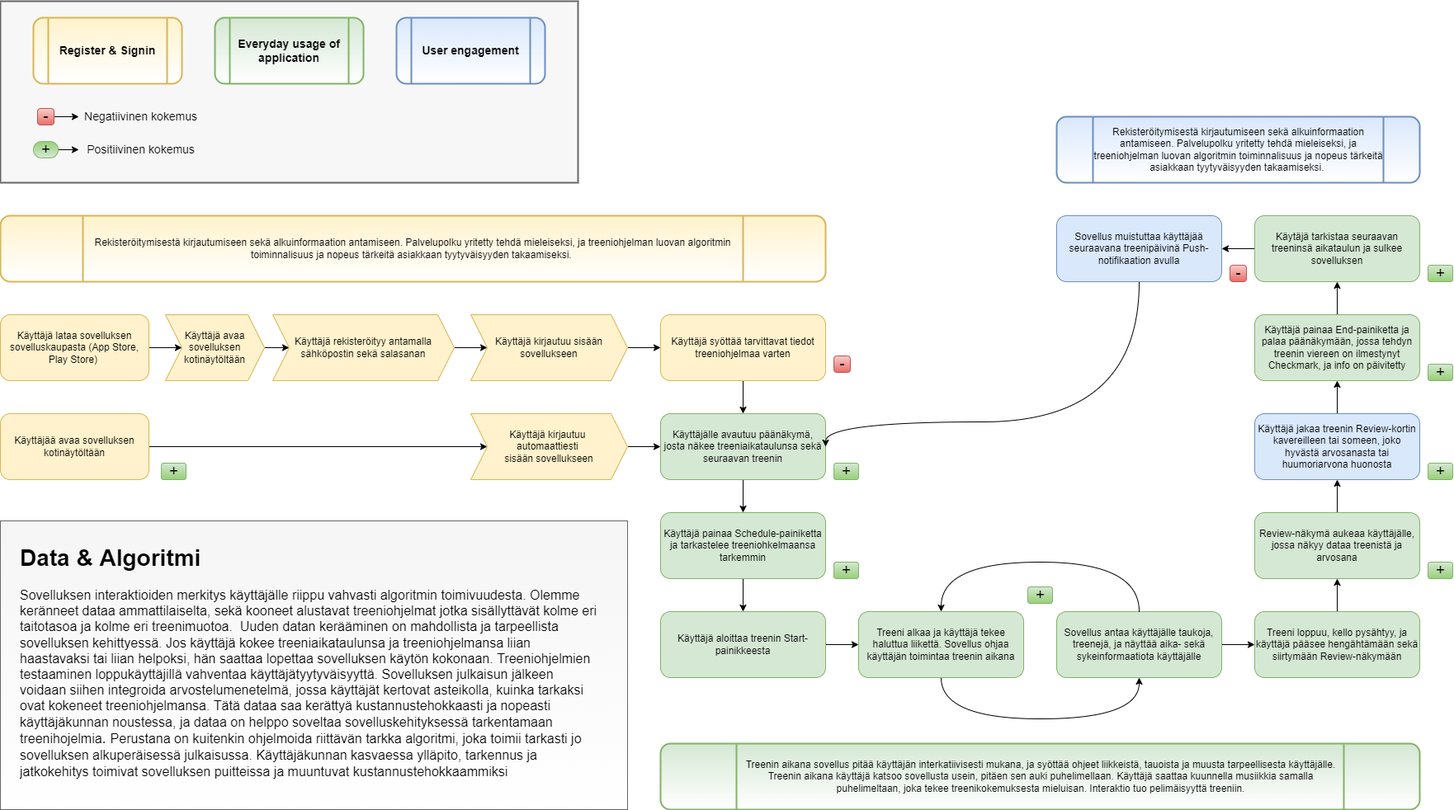
Earlier version of the draw.io export images/liikupalvelupolku.png (AvGoose/portfolio). Source tidied: cells renumbered, new cells last; positions are measured from the earlier drawing's top-left corner, leaving out a move shared by most shapes.
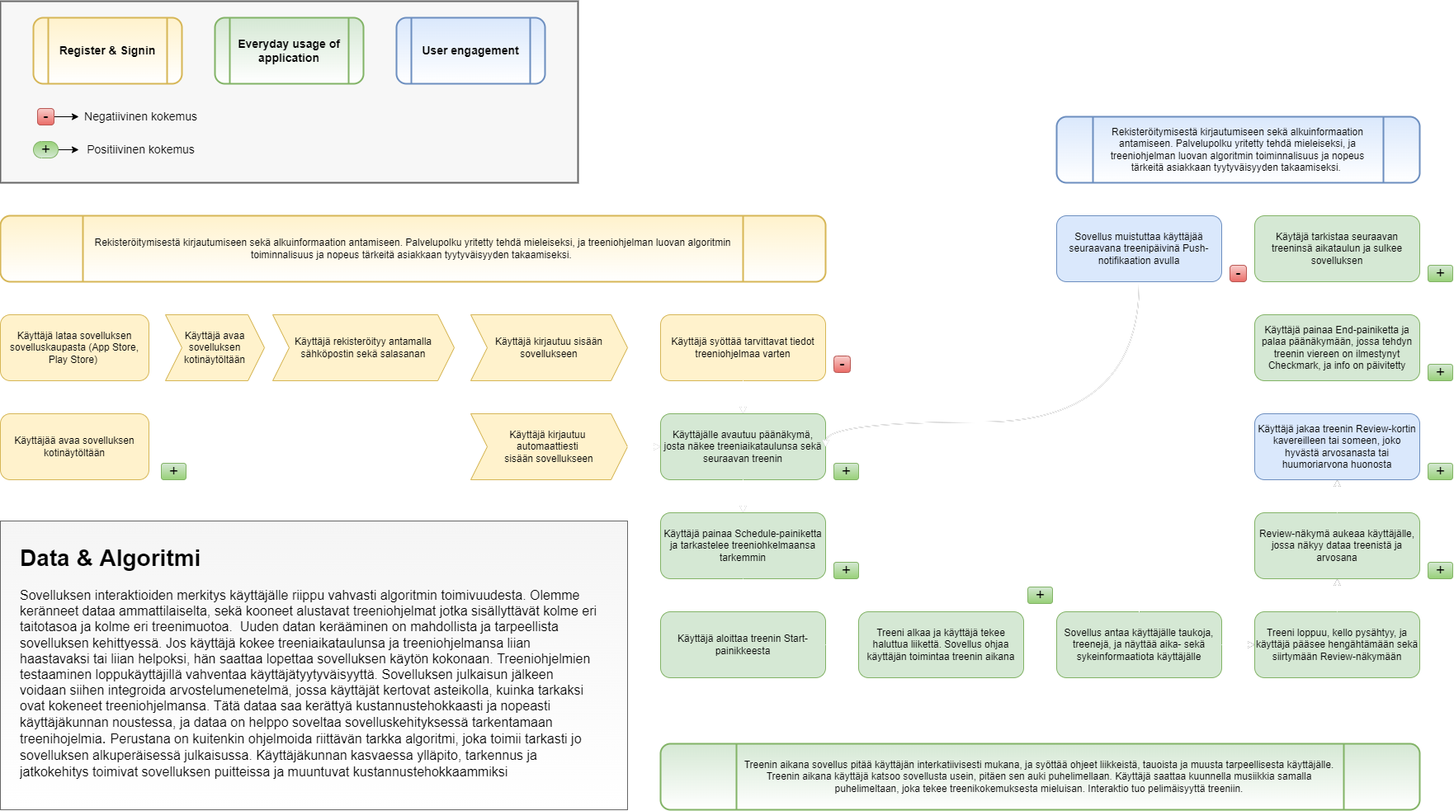
After the commit.

Change to the diagram source:
```diff
@@ -5,19 +5,19 @@
     <mxCell id="2" style="whiteSpace=wrap;html=1;rounded=0;fontSize=14;strokeWidth=2;fillColor=#F7F7F7;align=center;strokeColor=#666666;fontColor=#333333;" parent="1" vertex="1">
       <mxGeometry width="700" height="220" as="geometry" />
     </mxCell>
-    <mxCell id="3" style="edgeStyle=orthogonalEdgeStyle;rounded=0;jettySize=auto;html=1;" parent="1" edge="1" source="4" target="6">
+    <mxCell id="3" style="edgeStyle=orthogonalEdgeStyle;rounded=0;jettySize=auto;html=1;strokeColor=#FFFFFF;" parent="1" edge="1" source="4" target="6">
       <mxGeometry relative="1" as="geometry" />
     </mxCell>
     <mxCell id="4" value="Käyttäjä lataa sovelluksen sovelluskaupasta (App Store, Play Store)&amp;nbsp;" style="rounded=1;whiteSpace=wrap;html=1;fillColor=#fff2cc;strokeColor=#d6b656;" parent="1" vertex="1">
       <mxGeometry y="380" width="180" height="80" as="geometry" />
     </mxCell>
-    <mxCell id="5" style="edgeStyle=orthogonalEdgeStyle;rounded=0;jettySize=auto;html=1;" parent="1" edge="1" source="6" target="8">
+    <mxCell id="5" style="edgeStyle=orthogonalEdgeStyle;rounded=0;jettySize=auto;html=1;strokeColor=#FFFFFF;" parent="1" edge="1" source="6" target="8">
       <mxGeometry relative="1" as="geometry" />
     </mxCell>
     <mxCell id="6" value="Käyttäjä avaa sovelluksen kotinäytöltään" style="shape=step;perimeter=stepPerimeter;whiteSpace=wrap;html=1;fixedSize=1;rounded=0;fillColor=#fff2cc;strokeColor=#d6b656;" parent="1" vertex="1">
       <mxGeometry x="200" y="380" width="120" height="80" as="geometry" />
     </mxCell>
-    <mxCell id="7" style="edgeStyle=orthogonalEdgeStyle;rounded=0;jettySize=auto;html=1;" parent="1" edge="1" source="8" target="20">
+    <mxCell id="7" style="edgeStyle=orthogonalEdgeStyle;rounded=0;jettySize=auto;html=1;strokeColor=#FFFFFF;" parent="1" edge="1" source="8" target="20">
       <mxGeometry relative="1" as="geometry" />
     </mxCell>
     <mxCell id="8" value="Käyttäjä rekisteröityy antamalla sähköpostin sekä salasanan" style="shape=step;perimeter=stepPerimeter;whiteSpace=wrap;html=1;fixedSize=1;fillColor=#fff2cc;strokeColor=#d6b656;" parent="1" vertex="1">
@@ -29,7 +29,7 @@
     <mxCell id="10" value="Käyttäjä syöttää tarvittavat tiedot treeniohjelmaa varten" style="rounded=1;whiteSpace=wrap;html=1;fillColor=#fff2cc;strokeColor=#d6b656;" parent="1" vertex="1">
       <mxGeometry x="800" y="380" width="200" height="80" as="geometry" />
     </mxCell>
-    <mxCell id="11" style="edgeStyle=orthogonalEdgeStyle;rounded=0;jettySize=auto;html=1;" parent="1" edge="1" source="12" target="23">
+    <mxCell id="11" style="edgeStyle=orthogonalEdgeStyle;rounded=0;jettySize=auto;html=1;strokeColor=#FFFFFF;" parent="1" edge="1" source="12" target="23">
       <mxGeometry relative="1" as="geometry" />
     </mxCell>
     <mxCell id="12" value="Käyttäjää avaa sovelluksen kotinäytöltään" style="rounded=1;whiteSpace=wrap;html=1;fillColor=#fff2cc;strokeColor=#d6b656;" parent="1" vertex="1">
@@ -41,19 +41,19 @@
     <mxCell id="14" value="Käyttäjälle avautuu päänäkymä, josta näkee treeniaikataulunsa sekä seuraavan treenin" style="rounded=1;whiteSpace=wrap;html=1;fillColor=#d5e8d4;strokeColor=#82b366;" parent="1" vertex="1">
       <mxGeometry x="800" y="500" width="200" height="80" as="geometry" />
     </mxCell>
-    <mxCell id="15" style="edgeStyle=orthogonalEdgeStyle;rounded=0;jettySize=auto;html=1;" parent="1" edge="1" source="16" target="18">
+    <mxCell id="15" style="edgeStyle=orthogonalEdgeStyle;rounded=0;jettySize=auto;html=1;strokeColor=#FFFFFF;" parent="1" edge="1" source="16" target="18">
       <mxGeometry relative="1" as="geometry" />
     </mxCell>
     <mxCell id="16" value="Käyttäjä painaa Schedule-painiketta ja tarkastelee treeniohkelmaansa tarkemmin" style="rounded=1;whiteSpace=wrap;html=1;fillColor=#d5e8d4;strokeColor=#82b366;" parent="1" vertex="1">
       <mxGeometry x="800" y="620" width="200" height="80" as="geometry" />
     </mxCell>
-    <mxCell id="17" style="edgeStyle=orthogonalEdgeStyle;rounded=0;jettySize=auto;html=1;" parent="1" edge="1" source="18" target="21">
+    <mxCell id="17" style="edgeStyle=orthogonalEdgeStyle;rounded=0;jettySize=auto;html=1;strokeColor=#FFFFFF;" parent="1" edge="1" source="18" target="21">
       <mxGeometry relative="1" as="geometry" />
     </mxCell>
     <mxCell id="18" value="Käyttäjä aloittaa treenin Start-painikkeesta" style="rounded=1;whiteSpace=wrap;html=1;fillColor=#d5e8d4;strokeColor=#82b366;" parent="1" vertex="1">
       <mxGeometry x="800" y="740" width="200" height="80" as="geometry" />
     </mxCell>
-    <mxCell id="19" style="edgeStyle=orthogonalEdgeStyle;rounded=0;jettySize=auto;html=1;" parent="1" edge="1" source="20" target="10">
+    <mxCell id="19" style="edgeStyle=orthogonalEdgeStyle;rounded=0;jettySize=auto;html=1;strokeColor=#FFFFFF;" parent="1" edge="1" source="20" target="10">
       <mxGeometry relative="1" as="geometry" />
     </mxCell>
     <mxCell id="20" value="Käyttäjä kirjautuu sisään sovellukseen" style="shape=step;perimeter=stepPerimeter;whiteSpace=wrap;html=1;fixedSize=1;fillColor=#fff2cc;strokeColor=#d6b656;" parent="1" vertex="1">
@@ -74,7 +74,7 @@
     <mxCell id="25" value="Sovellus antaa käyttäjälle taukoja, treenejä, ja näyttää aika- sekä sykeinformaatiota käyttäjälle" style="rounded=1;whiteSpace=wrap;html=1;fillColor=#d5e8d4;strokeColor=#82b366;" parent="1" vertex="1">
       <mxGeometry x="1280" y="740" width="200" height="80" as="geometry" />
     </mxCell>
-    <mxCell id="26" style="curved=1;endArrow=classic;html=1;rounded=0;edgeStyle=orthogonalEdgeStyle;exitX=0.5;exitY=1;exitDx=0;exitDy=0;" parent="1" edge="1" source="21">
+    <mxCell id="26" style="curved=1;endArrow=classic;html=1;rounded=0;edgeStyle=orthogonalEdgeStyle;exitX=0.5;exitY=1;exitDx=0;exitDy=0;strokeColor=#FFFFFF;" parent="1" edge="1" source="21">
       <mxGeometry relative="1" as="geometry">
         <mxPoint x="1380" y="820" as="targetPoint" />
         <Array as="points">
@@ -83,7 +83,7 @@
         </Array>
       </mxGeometry>
     </mxCell>
-    <mxCell id="27" style="curved=1;endArrow=classic;html=1;rounded=0;edgeStyle=orthogonalEdgeStyle;entryX=0.5;entryY=0;entryDx=0;entryDy=0;exitX=0.5;exitY=0;exitDx=0;exitDy=0;" parent="1" edge="1" source="25" target="21">
+    <mxCell id="27" style="curved=1;endArrow=classic;html=1;rounded=0;edgeStyle=orthogonalEdgeStyle;entryX=0.5;entryY=0;entryDx=0;entryDy=0;exitX=0.5;exitY=0;exitDx=0;exitDy=0;strokeColor=#FFFFFF;" parent="1" edge="1" source="25" target="21">
       <mxGeometry relative="1" as="geometry">
         <Array as="points">
           <mxPoint x="1380" y="680" />
@@ -103,19 +103,19 @@
     <mxCell id="31" value="Review-näkymä aukeaa käyttäjälle, jossa näkyy dataa treenistä ja arvosana" style="rounded=1;whiteSpace=wrap;html=1;fillColor=#d5e8d4;strokeColor=#82b366;" parent="1" vertex="1">
       <mxGeometry x="1520" y="620" width="200" height="80" as="geometry" />
     </mxCell>
-    <mxCell id="32" style="edgeStyle=orthogonalEdgeStyle;rounded=0;jettySize=auto;html=1;" parent="1" edge="1" source="33" target="35">
+    <mxCell id="32" style="edgeStyle=orthogonalEdgeStyle;rounded=0;jettySize=auto;html=1;strokeColor=#FFFFFF;" parent="1" edge="1" source="33" target="35">
       <mxGeometry relative="1" as="geometry" />
     </mxCell>
     <mxCell id="33" value="Käyttäjä jakaa treenin Review-kortin kavereilleen tai someen, joko hyvästä arvosanasta tai huumoriarvona huonosta" style="rounded=1;whiteSpace=wrap;html=1;fillColor=#dae8fc;strokeColor=#6c8ebf;" parent="1" vertex="1">
       <mxGeometry x="1520" y="500" width="200" height="80" as="geometry" />
     </mxCell>
-    <mxCell id="34" style="edgeStyle=orthogonalEdgeStyle;rounded=0;jettySize=auto;html=1;" parent="1" edge="1" source="35" target="37">
+    <mxCell id="34" style="edgeStyle=orthogonalEdgeStyle;rounded=0;jettySize=auto;html=1;strokeColor=#FFFFFF;" parent="1" edge="1" source="35" target="37">
       <mxGeometry relative="1" as="geometry" />
     </mxCell>
     <mxCell id="35" value="Käyttäjä painaa End-painiketta ja palaa päänäkymään, jossa tehdyn treenin viereen on ilmestynyt Checkmark, ja info on päivitetty" style="rounded=1;whiteSpace=wrap;html=1;fillColor=#d5e8d4;strokeColor=#82b366;" parent="1" vertex="1">
       <mxGeometry x="1520" y="380" width="200" height="80" as="geometry" />
     </mxCell>
-    <mxCell id="36" style="edgeStyle=orthogonalEdgeStyle;rounded=0;jettySize=auto;html=1;" parent="1" edge="1" source="37" target="38">
+    <mxCell id="36" style="edgeStyle=orthogonalEdgeStyle;rounded=0;jettySize=auto;html=1;strokeColor=#FFFFFF;" parent="1" edge="1" source="37" target="38">
       <mxGeometry relative="1" as="geometry" />
     </mxCell>
     <mxCell id="37" value="Käytäjä tarkistaa seuraavan treeninsä aikataulun ja sulkee sovelluksen" style="rounded=1;whiteSpace=wrap;html=1;fillColor=#d5e8d4;strokeColor=#82b366;" parent="1" vertex="1">
@@ -204,5 +204,111 @@
     <mxCell id="63" value="&lt;h1 style=&quot;text-align: left&quot;&gt;Data &amp;amp; Algoritmi&lt;/h1&gt;&lt;p style=&quot;text-align: left&quot;&gt;&lt;font style=&quot;font-size: 16px&quot;&gt;Sovelluksen interaktioiden merkitys käyttäjälle riippu vahvasti algoritmin toimivuudesta. Olemme keränneet dataa ammattilaiselta, sekä kooneet alustavat treeniohjelmat jotka sisällyttävät kolme eri taitotasoa ja kolme eri treenimuotoa.&amp;nbsp; Uuden datan kerääminen on mahdollista ja tarpeellista sovelluksen kehittyessä. Jos käyttäjä kokee treeniaikataulunsa ja treeniohjelmansa liian haastavaksi tai liian helpoksi, hän saattaa lopettaa sovelluksen käytön kokonaan. Treeniohjelmien testaaminen loppukäyttäjillä vahventaa käyttäjätyytyväisyyttä. Sovelluksen julkaisun jälkeen voidaan siihen integroida arvostelumenetelmä, jossa käyttäjät kertovat asteikolla, kuinka tarkaksi ovat kokeneet treeniohjelmansa. Tätä dataa saa kerättyä kustannustehokkaasti ja nopeasti käyttäjäkunnan noustessa, ja dataa on helppo soveltaa sovelluskehityksessä tarkentamaan treenihojelmia&lt;/font&gt;&lt;font style=&quot;font-size: 18px&quot;&gt;. &lt;/font&gt;&lt;font style=&quot;font-size: 16px&quot;&gt;Perustana on kuitenkin ohjelmoida riittävän tarkka algoritmi, joka toimii tarkasti jo sovelluksen alkuperäisessä julkaisussa. Käyttäjäkunnan kasvaessa ylläpito, tarkennus ja jatkokehitys toimivat sovelluksen puitteissa ja muuntuvat kustannustehokkaammiksi&lt;/font&gt;&lt;/p&gt;&lt;p style=&quot;text-align: left&quot;&gt;&lt;br&gt;&lt;/p&gt;" style="text;html=1;strokeColor=none;fillColor=none;spacing=5;spacingTop=-20;whiteSpace=wrap;overflow=hidden;rounded=0;shadow=0;fontSize=14;align=center;" parent="1" vertex="1">
       <mxGeometry x="20" y="650" width="710" height="300" as="geometry" />
     </mxCell>
+    <mxCell id="64" style="edgeStyle=orthogonalEdgeStyle;rounded=0;orthogonalLoop=1;jettySize=auto;html=1;strokeColor=#FFFFFF;" parent="1" edge="1">
+      <mxGeometry relative="1" as="geometry">
+        <mxPoint x="760" y="540" as="sourcePoint" />
+        <mxPoint x="800" y="540" as="targetPoint" />
+      </mxGeometry>
+    </mxCell>
+    <mxCell id="65" style="edgeStyle=orthogonalEdgeStyle;rounded=0;orthogonalLoop=1;jettySize=auto;html=1;strokeColor=#FFFFFF;" parent="1" edge="1">
+      <mxGeometry relative="1" as="geometry">
+        <mxPoint x="900" y="460" as="sourcePoint" />
+        <mxPoint x="900" y="500" as="targetPoint" />
+      </mxGeometry>
+    </mxCell>
+    <mxCell id="66" style="edgeStyle=orthogonalEdgeStyle;rounded=0;orthogonalLoop=1;jettySize=auto;html=1;strokeColor=#FFFFFF;" parent="1" edge="1">
+      <mxGeometry relative="1" as="geometry">
+        <mxPoint x="900" y="580" as="sourcePoint" />
+        <mxPoint x="900" y="620" as="targetPoint" />
+      </mxGeometry>
+    </mxCell>
+    <mxCell id="67" style="curved=1;endArrow=classic;html=1;rounded=0;edgeStyle=orthogonalEdgeStyle;exitX=0.5;exitY=1;exitDx=0;exitDy=0;entryX=1;entryY=0.5;entryDx=0;entryDy=0;strokeColor=#FFFFFF;" parent="1" edge="1">
+      <mxGeometry relative="1" as="geometry">
+        <mxPoint x="1380" y="340" as="sourcePoint" />
+        <mxPoint x="1000" y="540" as="targetPoint" />
+        <Array as="points">
+          <mxPoint x="1380" y="510" />
+          <mxPoint x="1000" y="510" />
+        </Array>
+      </mxGeometry>
+    </mxCell>
+    <mxCell id="68" style="edgeStyle=orthogonalEdgeStyle;rounded=0;orthogonalLoop=1;jettySize=auto;html=1;strokeColor=#FFFFFF;" parent="1" edge="1">
+      <mxGeometry relative="1" as="geometry">
+        <mxPoint x="760" y="540" as="sourcePoint" />
+        <mxPoint x="800" y="540" as="targetPoint" />
+      </mxGeometry>
+    </mxCell>
+    <mxCell id="69" style="edgeStyle=orthogonalEdgeStyle;rounded=0;orthogonalLoop=1;jettySize=auto;html=1;strokeColor=#FFFFFF;" parent="1" edge="1">
+      <mxGeometry relative="1" as="geometry">
+        <mxPoint x="900" y="460" as="sourcePoint" />
+        <mxPoint x="900" y="500" as="targetPoint" />
+      </mxGeometry>
+    </mxCell>
+    <mxCell id="70" style="edgeStyle=orthogonalEdgeStyle;rounded=0;orthogonalLoop=1;jettySize=auto;html=1;strokeColor=#FFFFFF;" parent="1" edge="1">
+      <mxGeometry relative="1" as="geometry">
+        <mxPoint x="900" y="580" as="sourcePoint" />
+        <mxPoint x="900" y="620" as="targetPoint" />
+      </mxGeometry>
+    </mxCell>
+    <mxCell id="71" style="curved=1;endArrow=classic;html=1;rounded=0;edgeStyle=orthogonalEdgeStyle;exitX=0.5;exitY=1;exitDx=0;exitDy=0;entryX=1;entryY=0.5;entryDx=0;entryDy=0;strokeColor=#FFFFFF;" parent="1" edge="1">
+      <mxGeometry relative="1" as="geometry">
+        <mxPoint x="1380" y="340" as="sourcePoint" />
+        <mxPoint x="1000" y="540" as="targetPoint" />
+        <Array as="points">
+          <mxPoint x="1380" y="510" />
+          <mxPoint x="1000" y="510" />
+        </Array>
+      </mxGeometry>
+    </mxCell>
+    <mxCell id="72" style="edgeStyle=orthogonalEdgeStyle;rounded=0;orthogonalLoop=1;jettySize=auto;html=1;strokeColor=#FFFFFF;" parent="1" edge="1">
+      <mxGeometry relative="1" as="geometry">
+        <mxPoint x="900" y="700" as="sourcePoint" />
+        <mxPoint x="900" y="740" as="targetPoint" />
+      </mxGeometry>
+    </mxCell>
+    <mxCell id="73" style="edgeStyle=orthogonalEdgeStyle;rounded=0;orthogonalLoop=1;jettySize=auto;html=1;strokeColor=#FFFFFF;" parent="1" edge="1">
+      <mxGeometry relative="1" as="geometry">
+        <mxPoint x="1000" y="780" as="sourcePoint" />
+        <mxPoint x="1040" y="780" as="targetPoint" />
+      </mxGeometry>
+    </mxCell>
+    <mxCell id="74" style="curved=1;endArrow=classic;html=1;rounded=0;edgeStyle=orthogonalEdgeStyle;entryX=0.5;entryY=0;entryDx=0;entryDy=0;exitX=0.5;exitY=0;exitDx=0;exitDy=0;strokeColor=#FFFFFF;" parent="1" edge="1">
+      <mxGeometry relative="1" as="geometry">
+        <mxPoint x="1380" y="740" as="sourcePoint" />
+        <mxPoint x="1140" y="740" as="targetPoint" />
+        <Array as="points">
+          <mxPoint x="1380" y="680" />
+          <mxPoint x="1140" y="680" />
+        </Array>
+      </mxGeometry>
+    </mxCell>
+    <mxCell id="75" style="curved=1;endArrow=classic;html=1;rounded=0;edgeStyle=orthogonalEdgeStyle;exitX=0.5;exitY=1;exitDx=0;exitDy=0;strokeColor=#FFFFFF;" parent="1" edge="1">
+      <mxGeometry relative="1" as="geometry">
+        <mxPoint x="1140" y="820" as="sourcePoint" />
+        <mxPoint x="1380" y="820" as="targetPoint" />
+        <Array as="points">
+          <mxPoint x="1140" y="870" />
+          <mxPoint x="1380" y="870" />
+        </Array>
+      </mxGeometry>
+    </mxCell>
+    <mxCell id="76" style="edgeStyle=orthogonalEdgeStyle;rounded=0;orthogonalLoop=1;jettySize=auto;html=1;strokeColor=#FFFFFF;" parent="1" edge="1">
+      <mxGeometry relative="1" as="geometry">
+        <mxPoint x="1480" y="780" as="sourcePoint" />
+        <mxPoint x="1520" y="780" as="targetPoint" />
+      </mxGeometry>
+    </mxCell>
+    <mxCell id="77" style="edgeStyle=orthogonalEdgeStyle;rounded=0;orthogonalLoop=1;jettySize=auto;html=1;strokeColor=#FFFFFF;" parent="1" edge="1">
+      <mxGeometry relative="1" as="geometry">
+        <mxPoint x="1620" y="740" as="sourcePoint" />
+        <mxPoint x="1620" y="700" as="targetPoint" />
+      </mxGeometry>
+    </mxCell>
+    <mxCell id="78" style="edgeStyle=orthogonalEdgeStyle;rounded=0;orthogonalLoop=1;jettySize=auto;html=1;strokeColor=#FFFFFF;" parent="1" edge="1">
+      <mxGeometry relative="1" as="geometry">
+        <mxPoint x="1620" y="620" as="sourcePoint" />
+        <mxPoint x="1620" y="580" as="targetPoint" />
+      </mxGeometry>
+    </mxCell>
   </root>
 </mxGraphModel>
```
